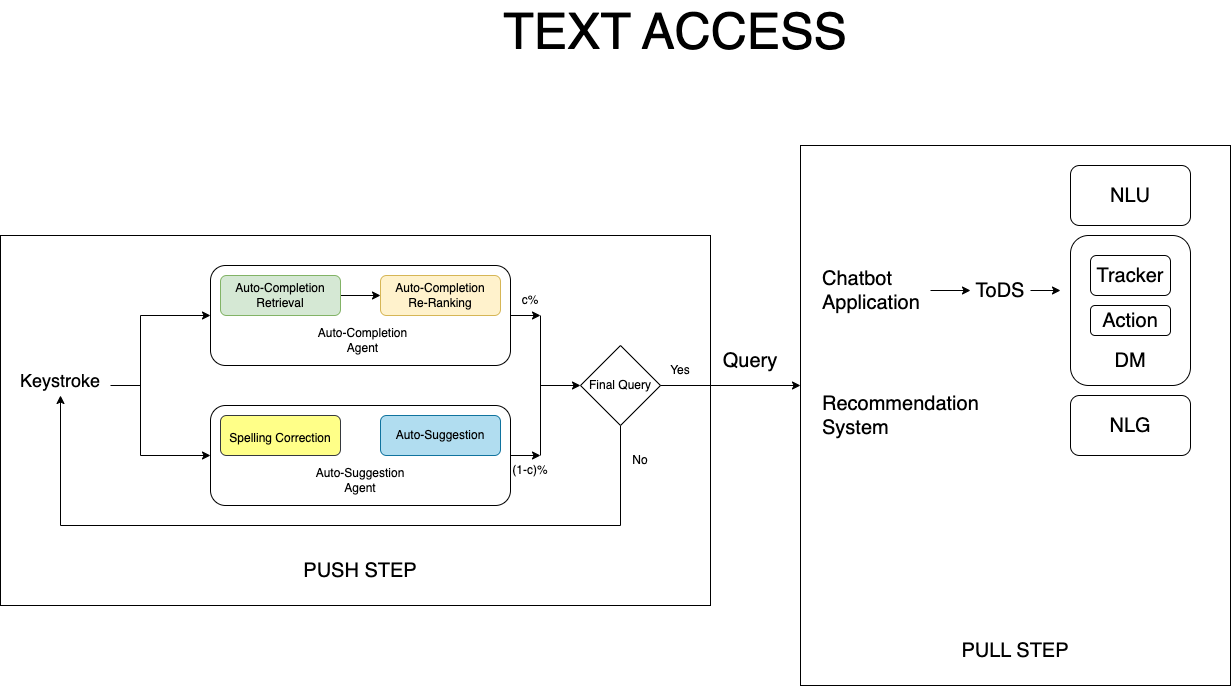
This is assert/text-access.png from manred1997/search-engine, a draw.io export, as it was before one commit. Source tidied: cells renumbered, new cells last; positions are measured from the earlier drawing's top-left corner, leaving out a move shared by most shapes. The source it was exported from:
```xml
<mxGraphModel>
  <root>
    <mxCell id="0" />
    <mxCell id="1" parent="0" />
    <mxCell id="2" style="edgeStyle=orthogonalEdgeStyle;rounded=0;jettySize=auto;html=1;exitX=1;exitY=0.5;exitDx=0;exitDy=0;entryX=0;entryY=0.5;entryDx=0;entryDy=0;" parent="1" edge="1" source="3" target="4">
      <mxGeometry relative="1" as="geometry" />
    </mxCell>
    <mxCell id="3" value="Auto-Completion&lt;br&gt;Retrieval" style="rounded=1;whiteSpace=wrap;html=1;fillColor=#d5e8d4;strokeColor=#82b366;" parent="1" vertex="1">
      <mxGeometry x="220" y="260" width="120" height="40" as="geometry" />
    </mxCell>
    <mxCell id="4" value="Auto-Completion&lt;br&gt;Re-Ranking" style="rounded=1;whiteSpace=wrap;html=1;fillColor=#fff2cc;strokeColor=#d6b656;" parent="1" vertex="1">
      <mxGeometry x="380" y="260" width="120" height="40" as="geometry" />
    </mxCell>
    <mxCell id="5" value="&lt;br&gt;" style="rounded=1;whiteSpace=wrap;html=1;fillColor=none;" parent="1" vertex="1">
      <mxGeometry x="210" y="250" width="300" height="100" as="geometry" />
    </mxCell>
    <mxCell id="6" value="Auto-Completion Agent" style="text;html=1;strokeColor=none;fillColor=none;align=center;verticalAlign=middle;whiteSpace=wrap;rounded=0;" parent="1" vertex="1">
      <mxGeometry x="310" y="310" width="105" height="30" as="geometry" />
    </mxCell>
    <mxCell id="7" style="rounded=1;whiteSpace=wrap;html=1;fillColor=none;" parent="1" vertex="1">
      <mxGeometry x="210" y="390" width="300" height="100" as="geometry" />
    </mxCell>
    <mxCell id="8" value="Auto-Suggestion" style="rounded=1;whiteSpace=wrap;html=1;fillColor=#b1ddf0;strokeColor=#10739e;" parent="1" vertex="1">
      <mxGeometry x="380" y="400" width="120" height="40" as="geometry" />
    </mxCell>
    <mxCell id="9" value="Auto-Suggestion Agent" style="text;html=1;strokeColor=none;fillColor=none;align=center;verticalAlign=middle;whiteSpace=wrap;rounded=0;" parent="1" vertex="1">
      <mxGeometry x="310" y="450" width="100" height="30" as="geometry" />
    </mxCell>
    <mxCell id="10" value="&lt;font style=&quot;font-size: 18px;&quot;&gt;Keystroke&lt;/font&gt;" style="text;html=1;strokeColor=none;fillColor=none;align=center;verticalAlign=middle;whiteSpace=wrap;rounded=0;" parent="1" vertex="1">
      <mxGeometry x="30" y="350" width="60" height="30" as="geometry" />
    </mxCell>
    <mxCell id="11" style="endArrow=none;html=1;rounded=0;fontSize=18;" parent="1" edge="1">
      <mxGeometry relative="1" as="geometry">
        <mxPoint x="110" y="370" as="sourcePoint" />
        <mxPoint x="140" y="370" as="targetPoint" />
      </mxGeometry>
    </mxCell>
    <mxCell id="12" style="endArrow=none;html=1;rounded=0;fontSize=18;" parent="1" edge="1">
      <mxGeometry relative="1" as="geometry">
        <mxPoint x="140" y="440" as="sourcePoint" />
        <mxPoint x="140" y="300" as="targetPoint" />
      </mxGeometry>
    </mxCell>
    <mxCell id="13" style="endArrow=classic;html=1;rounded=0;fontSize=18;entryX=0;entryY=0.5;entryDx=0;entryDy=0;" parent="1" edge="1" target="5">
      <mxGeometry relative="1" as="geometry">
        <mxPoint x="140" y="300" as="sourcePoint" />
      </mxGeometry>
    </mxCell>
    <mxCell id="14" style="endArrow=classic;html=1;rounded=0;fontSize=18;entryX=0;entryY=0.5;entryDx=0;entryDy=0;" parent="1" edge="1" target="7">
      <mxGeometry relative="1" as="geometry">
        <mxPoint x="140" y="440" as="sourcePoint" />
      </mxGeometry>
    </mxCell>
    <mxCell id="15" value="&lt;font style=&quot;font-size: 12px;&quot;&gt;Spelling Correction&lt;/font&gt;" style="rounded=1;whiteSpace=wrap;html=1;fontSize=18;fillColor=#ffff88;strokeColor=#36393d;" parent="1" vertex="1">
      <mxGeometry x="220" y="400" width="120" height="40" as="geometry" />
    </mxCell>
    <mxCell id="16" style="endArrow=none;html=1;rounded=0;fontSize=12;" parent="1" edge="1">
      <mxGeometry relative="1" as="geometry">
        <mxPoint x="540" y="440" as="sourcePoint" />
        <mxPoint x="540" y="300" as="targetPoint" />
      </mxGeometry>
    </mxCell>
    <mxCell id="17" style="endArrow=classic;html=1;rounded=0;fontSize=12;exitX=1;exitY=0.5;exitDx=0;exitDy=0;" parent="1" edge="1" source="7">
      <mxGeometry relative="1" as="geometry">
        <mxPoint x="540" y="440" as="targetPoint" />
      </mxGeometry>
    </mxCell>
    <mxCell id="18" style="endArrow=classic;html=1;rounded=0;fontSize=12;exitX=1;exitY=0.5;exitDx=0;exitDy=0;" parent="1" edge="1" source="5">
      <mxGeometry relative="1" as="geometry">
        <mxPoint x="540" y="300" as="targetPoint" />
      </mxGeometry>
    </mxCell>
    <mxCell id="19" value="c%" style="text;html=1;strokeColor=none;fillColor=none;align=center;verticalAlign=middle;whiteSpace=wrap;rounded=0;fontSize=12;" parent="1" vertex="1">
      <mxGeometry x="500" y="270" width="60" height="30" as="geometry" />
    </mxCell>
    <mxCell id="20" value="(1-c)%" style="text;html=1;strokeColor=none;fillColor=none;align=center;verticalAlign=middle;whiteSpace=wrap;rounded=0;fontSize=12;" parent="1" vertex="1">
      <mxGeometry x="500" y="440" width="60" height="30" as="geometry" />
    </mxCell>
    <mxCell id="21" style="endArrow=classic;html=1;rounded=0;fontSize=12;" parent="1" edge="1">
      <mxGeometry relative="1" as="geometry">
        <mxPoint x="540" y="370" as="sourcePoint" />
        <mxPoint x="580" y="370" as="targetPoint" />
      </mxGeometry>
    </mxCell>
    <mxCell id="22" style="edgeStyle=orthogonalEdgeStyle;rounded=0;jettySize=auto;html=1;exitX=0.5;exitY=1;exitDx=0;exitDy=0;entryX=0.5;entryY=1;entryDx=0;entryDy=0;fontSize=12;" parent="1" edge="1" source="23" target="10">
      <mxGeometry relative="1" as="geometry">
        <Array as="points">
          <mxPoint x="620" y="510" />
          <mxPoint x="60" y="510" />
        </Array>
      </mxGeometry>
    </mxCell>
    <mxCell id="23" value="Final Query" style="rhombus;whiteSpace=wrap;html=1;fontSize=12;" parent="1" vertex="1">
      <mxGeometry x="580" y="330" width="80" height="80" as="geometry" />
    </mxCell>
    <mxCell id="24" value="No" style="text;html=1;strokeColor=none;fillColor=none;align=center;verticalAlign=middle;whiteSpace=wrap;rounded=0;fontSize=12;" parent="1" vertex="1">
      <mxGeometry x="610" y="430" width="60" height="30" as="geometry" />
    </mxCell>
    <mxCell id="25" style="endArrow=classic;html=1;rounded=0;fontSize=12;exitX=1;exitY=0.5;exitDx=0;exitDy=0;" parent="1" edge="1" source="23">
      <mxGeometry relative="1" as="geometry">
        <mxPoint x="800" y="370" as="targetPoint" />
      </mxGeometry>
    </mxCell>
    <mxCell id="26" value="Yes" style="text;html=1;strokeColor=none;fillColor=none;align=center;verticalAlign=middle;whiteSpace=wrap;rounded=0;fontSize=12;" parent="1" vertex="1">
      <mxGeometry x="650" y="340" width="60" height="30" as="geometry" />
    </mxCell>
    <mxCell id="27" style="rounded=0;whiteSpace=wrap;html=1;fontSize=12;fillColor=none;" parent="1" vertex="1">
      <mxGeometry y="220" width="710" height="370" as="geometry" />
    </mxCell>
    <mxCell id="28" value="&lt;font style=&quot;font-size: 20px;&quot;&gt;PUSH STEP&lt;/font&gt;" style="text;html=1;strokeColor=none;fillColor=none;align=center;verticalAlign=middle;whiteSpace=wrap;rounded=0;fontSize=12;" parent="1" vertex="1">
      <mxGeometry x="270" y="540" width="180" height="30" as="geometry" />
    </mxCell>
    <mxCell id="29" value="Query" style="text;html=1;strokeColor=none;fillColor=none;align=center;verticalAlign=middle;whiteSpace=wrap;rounded=0;fontSize=20;" parent="1" vertex="1">
      <mxGeometry x="720" y="330" width="60" height="30" as="geometry" />
    </mxCell>
    <mxCell id="30" style="edgeStyle=orthogonalEdgeStyle;rounded=0;jettySize=auto;html=1;exitX=1;exitY=0.5;exitDx=0;exitDy=0;fontSize=20;" parent="1" edge="1" source="31" target="35">
      <mxGeometry relative="1" as="geometry" />
    </mxCell>
    <mxCell id="31" value="Chatbot Application" style="text;html=1;strokeColor=none;fillColor=none;align=left;verticalAlign=middle;whiteSpace=wrap;rounded=0;fontSize=20;" parent="1" vertex="1">
      <mxGeometry x="820" y="260" width="110" height="30" as="geometry" />
    </mxCell>
    <mxCell id="32" value="Recommendation System" style="text;html=1;strokeColor=none;fillColor=none;align=left;verticalAlign=middle;whiteSpace=wrap;rounded=0;fontSize=20;" parent="1" vertex="1">
      <mxGeometry x="820" y="385" width="110" height="30" as="geometry" />
    </mxCell>
    <mxCell id="33" style="rounded=0;whiteSpace=wrap;html=1;fontSize=20;fillColor=none;" parent="1" vertex="1">
      <mxGeometry x="800" y="130" width="430" height="540" as="geometry" />
    </mxCell>
    <mxCell id="34" value="&lt;font style=&quot;font-size: 20px;&quot;&gt;PULL STEP&lt;/font&gt;" style="text;html=1;strokeColor=none;fillColor=none;align=center;verticalAlign=middle;whiteSpace=wrap;rounded=0;fontSize=12;" parent="1" vertex="1">
      <mxGeometry x="925" y="620" width="180" height="30" as="geometry" />
    </mxCell>
    <mxCell id="35" value="ToDS" style="text;html=1;strokeColor=none;fillColor=none;align=center;verticalAlign=middle;whiteSpace=wrap;rounded=0;fontSize=20;" parent="1" vertex="1">
      <mxGeometry x="970" y="260" width="60" height="30" as="geometry" />
    </mxCell>
    <mxCell id="36" value="NLU" style="rounded=1;whiteSpace=wrap;html=1;fontSize=20;" parent="1" vertex="1">
      <mxGeometry x="1070" y="150" width="120" height="60" as="geometry" />
    </mxCell>
    <mxCell id="37" value="Tracker" style="rounded=1;whiteSpace=wrap;html=1;fontSize=20;" parent="1" vertex="1">
      <mxGeometry x="1090" y="240" width="80" height="40" as="geometry" />
    </mxCell>
    <mxCell id="38" value="Action" style="rounded=1;whiteSpace=wrap;html=1;fontSize=20;" parent="1" vertex="1">
      <mxGeometry x="1090" y="290" width="80" height="30" as="geometry" />
    </mxCell>
    <mxCell id="39" style="rounded=1;whiteSpace=wrap;html=1;fontSize=20;fillColor=none;" parent="1" vertex="1">
      <mxGeometry x="1070" y="220" width="120" height="150" as="geometry" />
    </mxCell>
    <mxCell id="40" value="DM" style="text;html=1;strokeColor=none;fillColor=none;align=center;verticalAlign=middle;whiteSpace=wrap;rounded=0;fontSize=20;" parent="1" vertex="1">
      <mxGeometry x="1100" y="330" width="60" height="30" as="geometry" />
    </mxCell>
    <mxCell id="41" value="NLG" style="rounded=1;whiteSpace=wrap;html=1;fontSize=20;" parent="1" vertex="1">
      <mxGeometry x="1070" y="380" width="120" height="60" as="geometry" />
    </mxCell>
    <mxCell id="42" style="endArrow=classic;html=1;rounded=0;fontSize=20;exitX=1;exitY=0.5;exitDx=0;exitDy=0;" parent="1" edge="1" source="35">
      <mxGeometry relative="1" as="geometry">
        <mxPoint x="1060" y="275" as="targetPoint" />
      </mxGeometry>
    </mxCell>
    <mxCell id="43" value="&lt;font style=&quot;font-size: 50px;&quot;&gt;TEXT ACCESS&lt;/font&gt;" style="text;html=1;strokeColor=none;fillColor=none;align=center;verticalAlign=middle;whiteSpace=wrap;rounded=0;fontSize=20;" parent="1" vertex="1">
      <mxGeometry x="460" width="430" height="30" as="geometry" />
    </mxCell>
  </root>
</mxGraphModel>
```
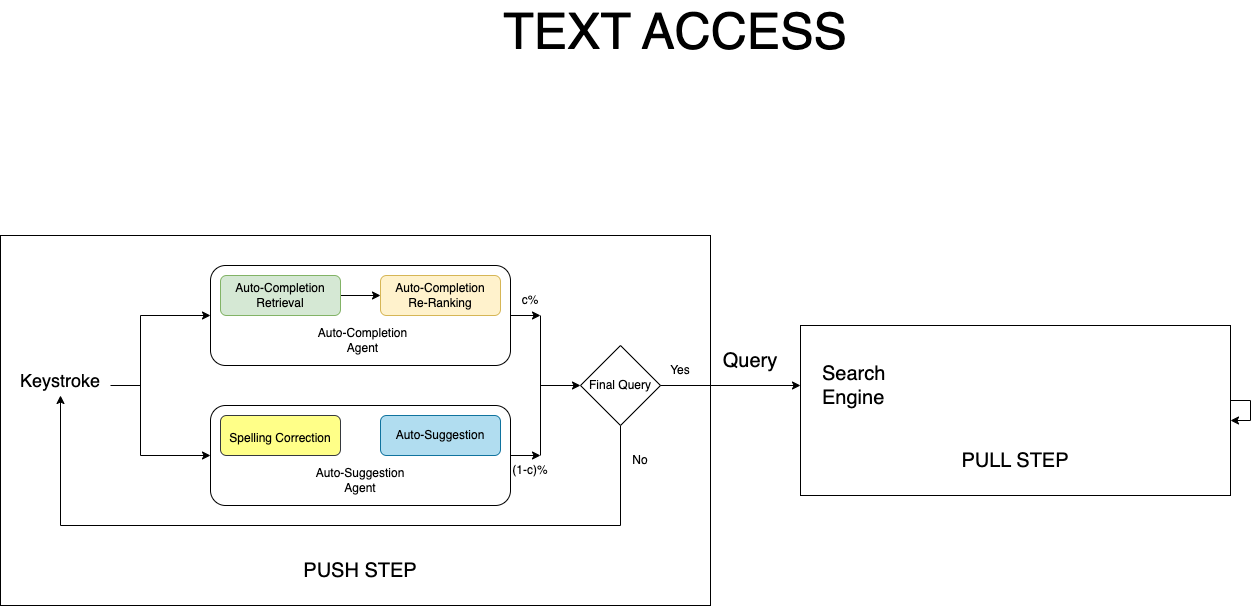
The same file after the commit.

Change to the diagram source:
```diff
@@ -113,49 +113,20 @@
     <mxCell id="29" value="Query" style="text;html=1;strokeColor=none;fillColor=none;align=center;verticalAlign=middle;whiteSpace=wrap;rounded=0;fontSize=20;" parent="1" vertex="1">
       <mxGeometry x="720" y="330" width="60" height="30" as="geometry" />
     </mxCell>
-    <mxCell id="30" style="edgeStyle=orthogonalEdgeStyle;rounded=0;jettySize=auto;html=1;exitX=1;exitY=0.5;exitDx=0;exitDy=0;fontSize=20;" parent="1" edge="1" source="31" target="35">
-      <mxGeometry relative="1" as="geometry" />
+    <mxCell id="30" style="rounded=0;whiteSpace=wrap;html=1;fontSize=20;fillColor=none;" parent="1" vertex="1">
+      <mxGeometry x="800" y="310" width="430" height="170" as="geometry" />
     </mxCell>
-    <mxCell id="31" value="Chatbot Application" style="text;html=1;strokeColor=none;fillColor=none;align=left;verticalAlign=middle;whiteSpace=wrap;rounded=0;fontSize=20;" parent="1" vertex="1">
-      <mxGeometry x="820" y="260" width="110" height="30" as="geometry" />
+    <mxCell id="31" value="&lt;font style=&quot;font-size: 20px;&quot;&gt;PULL STEP&lt;/font&gt;" style="text;html=1;strokeColor=none;fillColor=none;align=center;verticalAlign=middle;whiteSpace=wrap;rounded=0;fontSize=12;" parent="1" vertex="1">
+      <mxGeometry x="925" y="430" width="180" height="30" as="geometry" />
     </mxCell>
-    <mxCell id="32" value="Recommendation System" style="text;html=1;strokeColor=none;fillColor=none;align=left;verticalAlign=middle;whiteSpace=wrap;rounded=0;fontSize=20;" parent="1" vertex="1">
-      <mxGeometry x="820" y="385" width="110" height="30" as="geometry" />
+    <mxCell id="32" value="&lt;font style=&quot;font-size: 50px;&quot;&gt;TEXT ACCESS&lt;/font&gt;" style="text;html=1;strokeColor=none;fillColor=none;align=center;verticalAlign=middle;whiteSpace=wrap;rounded=0;fontSize=20;" parent="1" vertex="1">
+      <mxGeometry x="460" width="430" height="30" as="geometry" />
     </mxCell>
-    <mxCell id="33" style="rounded=0;whiteSpace=wrap;html=1;fontSize=20;fillColor=none;" parent="1" vertex="1">
-      <mxGeometry x="800" y="130" width="430" height="540" as="geometry" />
+    <mxCell id="33" value="Search Engine" style="text;html=1;strokeColor=none;fillColor=none;align=left;verticalAlign=middle;whiteSpace=wrap;rounded=0;fontSize=20;" parent="1" vertex="1">
+      <mxGeometry x="820" y="355" width="110" height="30" as="geometry" />
     </mxCell>
-    <mxCell id="34" value="&lt;font style=&quot;font-size: 20px;&quot;&gt;PULL STEP&lt;/font&gt;" style="text;html=1;strokeColor=none;fillColor=none;align=center;verticalAlign=middle;whiteSpace=wrap;rounded=0;fontSize=12;" parent="1" vertex="1">
-      <mxGeometry x="925" y="620" width="180" height="30" as="geometry" />
+    <mxCell id="34" style="edgeStyle=orthogonalEdgeStyle;rounded=0;orthogonalLoop=1;jettySize=auto;html=1;" parent="1" edge="1" source="30" target="30">
+      <mxGeometry relative="1" as="geometry" />
     </mxCell>
-    <mxCell id="35" value="ToDS" style="text;html=1;strokeColor=none;fillColor=none;align=center;verticalAlign=middle;whiteSpace=wrap;rounded=0;fontSize=20;" parent="1" vertex="1">
-      <mxGeometry x="970" y="260" width="60" height="30" as="geometry" />
-    </mxCell>
-    <mxCell id="36" value="NLU" style="rounded=1;whiteSpace=wrap;html=1;fontSize=20;" parent="1" vertex="1">
-      <mxGeometry x="1070" y="150" width="120" height="60" as="geometry" />
-    </mxCell>
-    <mxCell id="37" value="Tracker" style="rounded=1;whiteSpace=wrap;html=1;fontSize=20;" parent="1" vertex="1">
-      <mxGeometry x="1090" y="240" width="80" height="40" as="geometry" />
-    </mxCell>
-    <mxCell id="38" value="Action" style="rounded=1;whiteSpace=wrap;html=1;fontSize=20;" parent="1" vertex="1">
-      <mxGeometry x="1090" y="290" width="80" height="30" as="geometry" />
-    </mxCell>
-    <mxCell id="39" style="rounded=1;whiteSpace=wrap;html=1;fontSize=20;fillColor=none;" parent="1" vertex="1">
-      <mxGeometry x="1070" y="220" width="120" height="150" as="geometry" />
-    </mxCell>
-    <mxCell id="40" value="DM" style="text;html=1;strokeColor=none;fillColor=none;align=center;verticalAlign=middle;whiteSpace=wrap;rounded=0;fontSize=20;" parent="1" vertex="1">
-      <mxGeometry x="1100" y="330" width="60" height="30" as="geometry" />
-    </mxCell>
-    <mxCell id="41" value="NLG" style="rounded=1;whiteSpace=wrap;html=1;fontSize=20;" parent="1" vertex="1">
-      <mxGeometry x="1070" y="380" width="120" height="60" as="geometry" />
-    </mxCell>
-    <mxCell id="42" style="endArrow=classic;html=1;rounded=0;fontSize=20;exitX=1;exitY=0.5;exitDx=0;exitDy=0;" parent="1" edge="1" source="35">
-      <mxGeometry relative="1" as="geometry">
-        <mxPoint x="1060" y="275" as="targetPoint" />
-      </mxGeometry>
-    </mxCell>
-    <mxCell id="43" value="&lt;font style=&quot;font-size: 50px;&quot;&gt;TEXT ACCESS&lt;/font&gt;" style="text;html=1;strokeColor=none;fillColor=none;align=center;verticalAlign=middle;whiteSpace=wrap;rounded=0;fontSize=20;" parent="1" vertex="1">
-      <mxGeometry x="460" width="430" height="30" as="geometry" />
-    </mxCell>
   </root>
 </mxGraphModel>
```
